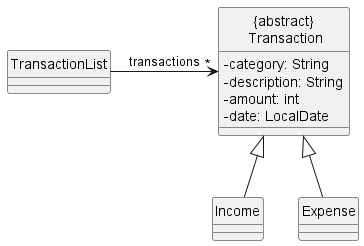
nus-cs2113-AY2223S1/tp keeps this PlantUML diagram as docs/images/TransactionClassDiagram.png. Above is the earlier version.
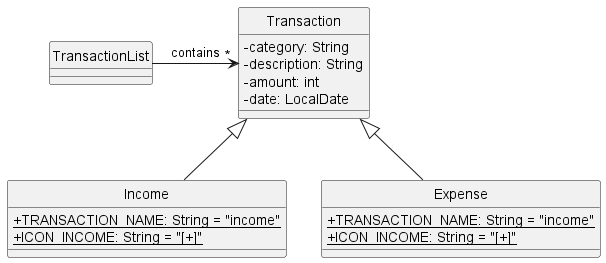
Above is the later version.

Diff of the diagram source:
```diff
@@ -1,12 +1,10 @@
 @startuml
-
-hide circle
-skinparam classAttributeIconSize 0
+!include Style.puml
 
 class TransactionList {
 }
 
-class "{abstract}\n Transaction"{
+class Transaction{
     - category: String
     - description: String
     - amount: int
@@ -14,14 +12,18 @@
 }
 
 class Income {
+    + TRANSACTION_NAME: String = "income"{static}
+    + ICON_INCOME: String = "[+]" {static}
 }
 
 class Expense {
+    + TRANSACTION_NAME: String = "income"{static}
+    + ICON_INCOME: String = "[+]" {static}
 }
 
 
-Income -up-|> "{abstract}\n Transaction"
-Expense -up-|> "{abstract}\n Transaction"
+Income -up-|> Transaction
+Expense -up-|> Transaction
 
-TransactionList -> "*" "{abstract}\n Transaction" : transactions
+TransactionList -> "*" Transaction : contains
 @enduml
```
